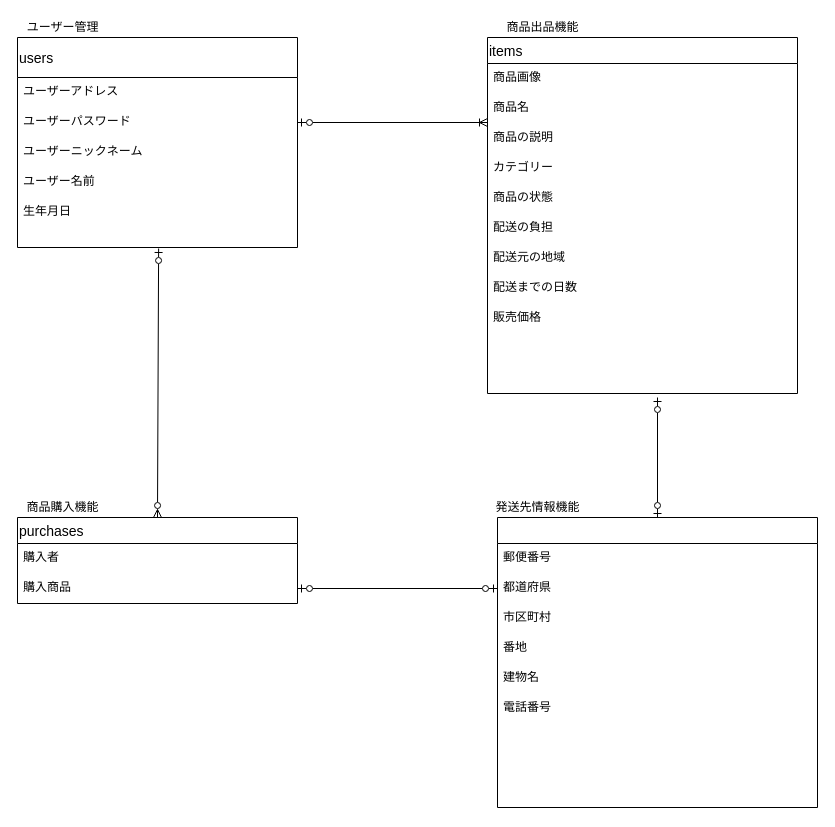
Above: furima.dio in shouskee/furima-37764 (draw.io), before the change. Source tidied: cells renumbered, new cells numbered last; positions are measured from the earlier drawing's top-left corner, leaving out a move shared by most shapes. Both pictures are drawn from the tidied source at 100%, with x=0, y=0 at pixel (17, 17).
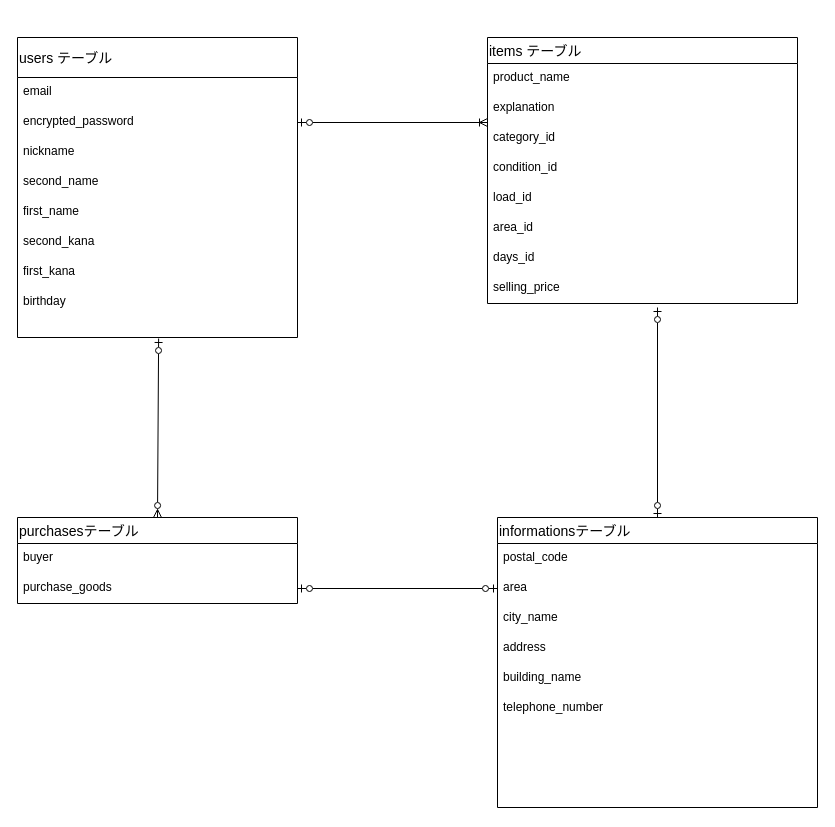
The same page after the edit.

Commit message (it also covers changes not shown here):
データベース設計訂正

The edit, as a diff of the source:
```diff
@@
-    <mxCell id="3" value="users" style="swimlane;fontStyle=0;horizontal=1;startSize=40;align=left;fontSize=14;" parent="1" vertex="1">
-      <mxGeometry y="20" width="280" height="210" as="geometry" />
+    <mxCell id="3" value="users テーブル" style="swimlane;fontStyle=0;horizontal=1;startSize=40;align=left;fontSize=14;" parent="1" vertex="1">
+      <mxGeometry y="20" width="280" height="300" as="geometry" />
     </mxCell>
-    <mxCell id="4" value="ユーザーアドレス" style="text;strokeColor=none;fillColor=none;spacingLeft=4;spacingRight=4;overflow=hidden;fontSize=12;" parent="3" vertex="1">
+    <mxCell id="4" value="email" style="text;strokeColor=none;fillColor=none;spacingLeft=4;spacingRight=4;overflow=hidden;fontSize=12;" parent="3" vertex="1">
       <mxGeometry y="40" width="280" height="30" as="geometry" />
     </mxCell>
-    <mxCell id="5" value="ユーザーパスワード" style="text;strokeColor=none;fillColor=none;spacingLeft=4;spacingRight=4;overflow=hidden;points=[[0,0.5],[1,0.5]];portConstraint=eastwest;fontSize=12;" parent="3" vertex="1">
+    <mxCell id="5" value="encrypted_password" style="text;strokeColor=none;fillColor=none;spacingLeft=4;spacingRight=4;overflow=hidden;points=[[0,0.5],[1,0.5]];portConstraint=eastwest;fontSize=12;" parent="3" vertex="1">
       <mxGeometry y="70" width="280" height="30" as="geometry" />
     </mxCell>
-    <mxCell id="6" value="ユーザーニックネーム" style="text;strokeColor=none;fillColor=none;spacingLeft=4;spacingRight=4;overflow=hidden;fontSize=12;" parent="3" vertex="1">
+    <mxCell id="6" value="nickname" style="text;strokeColor=none;fillColor=none;spacingLeft=4;spacingRight=4;overflow=hidden;fontSize=12;" parent="3" vertex="1">
       <mxGeometry y="100" width="280" height="30" as="geometry" />
     </mxCell>
-    <mxCell id="7" value="ユーザー名前" style="text;strokeColor=none;fillColor=none;spacingLeft=4;spacingRight=4;overflow=hidden;fontSize=12;" parent="3" vertex="1">
+    <mxCell id="7" value="second_name" style="text;strokeColor=none;fillColor=none;spacingLeft=4;spacingRight=4;overflow=hidden;fontSize=12;" parent="3" vertex="1">
       <mxGeometry y="130" width="280" height="30" as="geometry" />
     </mxCell>
+    <mxCell id="36" value="first_name" style="text;strokeColor=none;fillColor=none;spacingLeft=4;spacingRight=4;overflow=hidden;fontSize=12;" parent="3" vertex="1">
+      <mxGeometry y="160" width="280" height="30" as="geometry" />
+    </mxCell>
+    <mxCell id="37" value="second_kana" style="text;strokeColor=none;fillColor=none;spacingLeft=4;spacingRight=4;overflow=hidden;fontSize=12;" parent="3" vertex="1">
+      <mxGeometry y="190" width="280" height="30" as="geometry" />
+    </mxCell>
+    <mxCell id="38" value="first_kana" style="text;strokeColor=none;fillColor=none;spacingLeft=4;spacingRight=4;overflow=hidden;fontSize=12;" parent="3" vertex="1">
+      <mxGeometry y="220" width="280" height="30" as="geometry" />
+    </mxCell>
-    <mxCell id="8" value="生年月日" style="text;strokeColor=none;fillColor=none;spacingLeft=4;spacingRight=4;overflow=hidden;points=[[0,0.5],[1,0.5]];portConstraint=eastwest;fontSize=12;" parent="3" vertex="1">
-      <mxGeometry y="160" width="280" height="50" as="geometry" />
+    <mxCell id="8" value="birthday" style="text;strokeColor=none;fillColor=none;spacingLeft=4;spacingRight=4;overflow=hidden;points=[[0,0.5],[1,0.5]];portConstraint=eastwest;fontSize=12;" parent="3" vertex="1">
+      <mxGeometry y="250" width="280" height="50" as="geometry" />
     </mxCell>
-    <mxCell id="9" value="items" style="swimlane;fontStyle=0;horizontal=1;startSize=26;align=left;fontSize=14;" parent="1" vertex="1">
-      <mxGeometry x="470" y="20" width="310" height="356" as="geometry" />
+    <mxCell id="9" value="items テーブル" style="swimlane;fontStyle=0;horizontal=1;startSize=26;align=left;fontSize=14;" parent="1" vertex="1">
+      <mxGeometry x="470" y="20" width="310" height="266" as="geometry" />
     </mxCell>
-    <mxCell id="10" value="商品画像" style="text;strokeColor=none;fillColor=none;spacingLeft=4;spacingRight=4;overflow=hidden;fontSize=12;" parent="9" vertex="1">
+    <mxCell id="10" value="product_name" style="text;strokeColor=none;fillColor=none;spacingLeft=4;spacingRight=4;overflow=hidden;fontSize=12;" parent="9" vertex="1">
       <mxGeometry y="26" width="310" height="30" as="geometry" />
     </mxCell>
-    <mxCell id="11" value="商品名" style="text;strokeColor=none;fillColor=none;spacingLeft=4;spacingRight=4;overflow=hidden;fontSize=12;" parent="9" vertex="1">
+    <mxCell id="11" value="explanation" style="text;strokeColor=none;fillColor=none;spacingLeft=4;spacingRight=4;overflow=hidden;fontSize=12;" parent="9" vertex="1">
       <mxGeometry y="56" width="310" height="30" as="geometry" />
     </mxCell>
-    <mxCell id="12" value="商品の説明" style="text;strokeColor=none;fillColor=none;spacingLeft=4;spacingRight=4;overflow=hidden;fontSize=12;" parent="9" vertex="1">
+    <mxCell id="12" value="category_id" style="text;strokeColor=none;fillColor=none;spacingLeft=4;spacingRight=4;overflow=hidden;fontSize=12;" parent="9" vertex="1">
       <mxGeometry y="86" width="310" height="30" as="geometry" />
     </mxCell>
-    <mxCell id="13" value="カテゴリー" style="text;strokeColor=none;fillColor=none;spacingLeft=4;spacingRight=4;overflow=hidden;fontSize=12;" parent="9" vertex="1">
+    <mxCell id="13" value="condition_id" style="text;strokeColor=none;fillColor=none;spacingLeft=4;spacingRight=4;overflow=hidden;fontSize=12;" parent="9" vertex="1">
       <mxGeometry y="116" width="310" height="30" as="geometry" />
     </mxCell>
-    <mxCell id="14" value="商品の状態" style="text;strokeColor=none;fillColor=none;spacingLeft=4;spacingRight=4;overflow=hidden;fontSize=12;" parent="9" vertex="1">
+    <mxCell id="14" value="load_id" style="text;strokeColor=none;fillColor=none;spacingLeft=4;spacingRight=4;overflow=hidden;fontSize=12;" parent="9" vertex="1">
       <mxGeometry y="146" width="310" height="30" as="geometry" />
     </mxCell>
-    <mxCell id="15" value="配送の負担" style="text;strokeColor=none;fillColor=none;spacingLeft=4;spacingRight=4;overflow=hidden;fontSize=12;" parent="9" vertex="1">
+    <mxCell id="15" value="area_id" style="text;strokeColor=none;fillColor=none;spacingLeft=4;spacingRight=4;overflow=hidden;fontSize=12;" parent="9" vertex="1">
       <mxGeometry y="176" width="310" height="30" as="geometry" />
     </mxCell>
-    <mxCell id="16" value="配送元の地域" style="text;strokeColor=none;fillColor=none;spacingLeft=4;spacingRight=4;overflow=hidden;fontSize=12;" parent="9" vertex="1">
+    <mxCell id="16" value="days_id" style="text;strokeColor=none;fillColor=none;spacingLeft=4;spacingRight=4;overflow=hidden;fontSize=12;" parent="9" vertex="1">
       <mxGeometry y="206" width="310" height="30" as="geometry" />
     </mxCell>
-    <mxCell id="17" value="配送までの日数" style="text;strokeColor=none;fillColor=none;spacingLeft=4;spacingRight=4;overflow=hidden;fontSize=12;" parent="9" vertex="1">
+    <mxCell id="17" value="selling_price" style="text;strokeColor=none;fillColor=none;spacingLeft=4;spacingRight=4;overflow=hidden;fontSize=12;" parent="9" vertex="1">
       <mxGeometry y="236" width="310" height="30" as="geometry" />
     </mxCell>
-    <mxCell id="18" value="販売価格" style="text;strokeColor=none;fillColor=none;spacingLeft=4;spacingRight=4;overflow=hidden;fontSize=12;" parent="9" vertex="1">
-      <mxGeometry y="266" width="310" height="90" as="geometry" />
-    </mxCell>
-    <mxCell id="19" value="purchases" style="swimlane;fontStyle=0;horizontal=1;startSize=26;align=left;fontSize=14;" parent="1" vertex="1">
+    <mxCell id="19" value="purchasesテーブル" style="swimlane;fontStyle=0;horizontal=1;startSize=26;align=left;fontSize=14;" parent="1" vertex="1">
       <mxGeometry y="500" width="280" height="86" as="geometry" />
     </mxCell>
-    <mxCell id="20" value="購入者" style="text;strokeColor=none;fillColor=none;spacingLeft=4;spacingRight=4;overflow=hidden;fontSize=12;" parent="19" vertex="1">
+    <mxCell id="20" value="buyer " style="text;strokeColor=none;fillColor=none;spacingLeft=4;spacingRight=4;overflow=hidden;fontSize=12;" parent="19" vertex="1">
       <mxGeometry y="26" width="280" height="30" as="geometry" />
     </mxCell>
-    <mxCell id="21" value="購入商品" style="text;strokeColor=none;fillColor=none;spacingLeft=4;spacingRight=4;overflow=hidden;points=[[0,0.5],[1,0.5]];portConstraint=eastwest;fontSize=12;" parent="19" vertex="1">
+    <mxCell id="21" value="purchase_goods" style="text;strokeColor=none;fillColor=none;spacingLeft=4;spacingRight=4;overflow=hidden;points=[[0,0.5],[1,0.5]];portConstraint=eastwest;fontSize=12;" parent="19" vertex="1">
       <mxGeometry y="56" width="280" height="30" as="geometry" />
     </mxCell>
     <mxCell id="22" style="edgeStyle=none;html=1;exitX=0.5;exitY=0;exitDx=0;exitDy=0;startArrow=ERzeroToOne;startFill=0;endArrow=ERzeroToOne;endFill=0;" parent="1" edge="1" source="23">
       <mxGeometry relative="1" as="geometry">
-        <mxPoint x="640" y="380" as="targetPoint" />
+        <mxPoint x="640" y="290" as="targetPoint" />
       </mxGeometry>
     </mxCell>
-    <mxCell id="23" style="swimlane;fontStyle=0;horizontal=1;startSize=26;align=left;fontSize=14;" parent="1" vertex="1">
+    <mxCell id="23" value="informationsテーブル" style="swimlane;fontStyle=0;horizontal=1;startSize=26;align=left;fontSize=14;" parent="1" vertex="1">
       <mxGeometry x="480" y="500" width="320" height="290" as="geometry" />
     </mxCell>
-    <mxCell id="24" value="郵便番号" style="text;strokeColor=none;fillColor=none;spacingLeft=4;spacingRight=4;overflow=hidden;fontSize=12;" parent="23" vertex="1">
+    <mxCell id="24" value="postal_code" style="text;strokeColor=none;fillColor=none;spacingLeft=4;spacingRight=4;overflow=hidden;fontSize=12;" parent="23" vertex="1">
       <mxGeometry y="26" width="320" height="30" as="geometry" />
     </mxCell>
-    <mxCell id="25" value="都道府県" style="text;strokeColor=none;fillColor=none;spacingLeft=4;spacingRight=4;overflow=hidden;points=[[0,0.5],[1,0.5]];portConstraint=eastwest;fontSize=12;" parent="23" vertex="1">
+    <mxCell id="25" value="area" style="text;strokeColor=none;fillColor=none;spacingLeft=4;spacingRight=4;overflow=hidden;points=[[0,0.5],[1,0.5]];portConstraint=eastwest;fontSize=12;" parent="23" vertex="1">
       <mxGeometry y="56" width="320" height="30" as="geometry" />
     </mxCell>
-    <mxCell id="26" value="市区町村" style="text;strokeColor=none;fillColor=none;spacingLeft=4;spacingRight=4;overflow=hidden;fontSize=12;" parent="23" vertex="1">
+    <mxCell id="26" value="city_name " style="text;strokeColor=none;fillColor=none;spacingLeft=4;spacingRight=4;overflow=hidden;fontSize=12;" parent="23" vertex="1">
       <mxGeometry y="86" width="320" height="30" as="geometry" />
     </mxCell>
-    <mxCell id="27" value="番地" style="text;strokeColor=none;fillColor=none;spacingLeft=4;spacingRight=4;overflow=hidden;fontSize=12;" parent="23" vertex="1">
+    <mxCell id="27" value="address" style="text;strokeColor=none;fillColor=none;spacingLeft=4;spacingRight=4;overflow=hidden;fontSize=12;" parent="23" vertex="1">
       <mxGeometry y="116" width="320" height="30" as="geometry" />
     </mxCell>
-    <mxCell id="28" value="建物名" style="text;strokeColor=none;fillColor=none;spacingLeft=4;spacingRight=4;overflow=hidden;fontSize=12;" parent="23" vertex="1">
+    <mxCell id="28" value="building_name" style="text;strokeColor=none;fillColor=none;spacingLeft=4;spacingRight=4;overflow=hidden;fontSize=12;" parent="23" vertex="1">
       <mxGeometry y="146" width="320" height="30" as="geometry" />
     </mxCell>
-    <mxCell id="29" value="電話番号" style="text;strokeColor=none;fillColor=none;spacingLeft=4;spacingRight=4;overflow=hidden;fontSize=12;" parent="23" vertex="1">
+    <mxCell id="29" value="telephone_number" style="text;strokeColor=none;fillColor=none;spacingLeft=4;spacingRight=4;overflow=hidden;fontSize=12;" parent="23" vertex="1">
       <mxGeometry y="176" width="320" height="114" as="geometry" />
     </mxCell>
-    <mxCell id="30" value="ユーザー管理" style="text;html=1;align=center;verticalAlign=middle;strokeColor=none;fillColor=none;" parent="1" vertex="1">
-      <mxGeometry width="90" height="20" as="geometry" />
-    </mxCell>
-    <mxCell id="31" value="商品出品機能" style="text;html=1;align=center;verticalAlign=middle;strokeColor=none;fillColor=none;" parent="1" vertex="1">
-      <mxGeometry x="480" width="90" height="20" as="geometry" />
-    </mxCell>
-    <mxCell id="32" value="商品購入機能" style="text;html=1;align=center;verticalAlign=middle;strokeColor=none;fillColor=none;" parent="1" vertex="1">
-      <mxGeometry y="480" width="90" height="20" as="geometry" />
-    </mxCell>
-    <mxCell id="33" value="発送先情報機能" style="text;html=1;align=center;verticalAlign=middle;strokeColor=none;fillColor=none;" parent="1" vertex="1">
-      <mxGeometry x="470" y="480" width="100" height="20" as="geometry" />
-    </mxCell>
```
